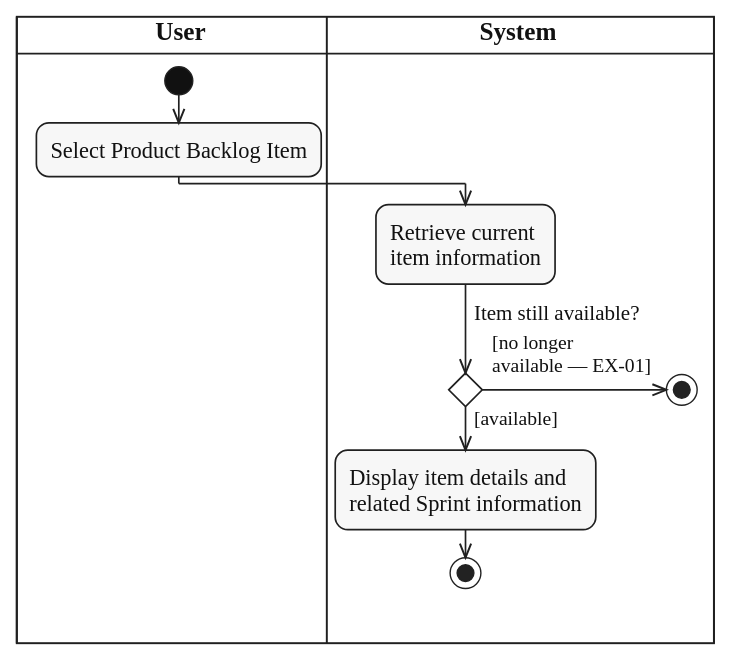
Before: diagrams/activity/product-backlog/svg/UC-BACKLOG-ITEM-VIEW.svg, a diagram exported from PlantUML (lukenab/swd392-doc-automation). Its source is kept beside it as diagrams/activity/product-backlog/source/UC-BACKLOG-ITEM-VIEW.puml.
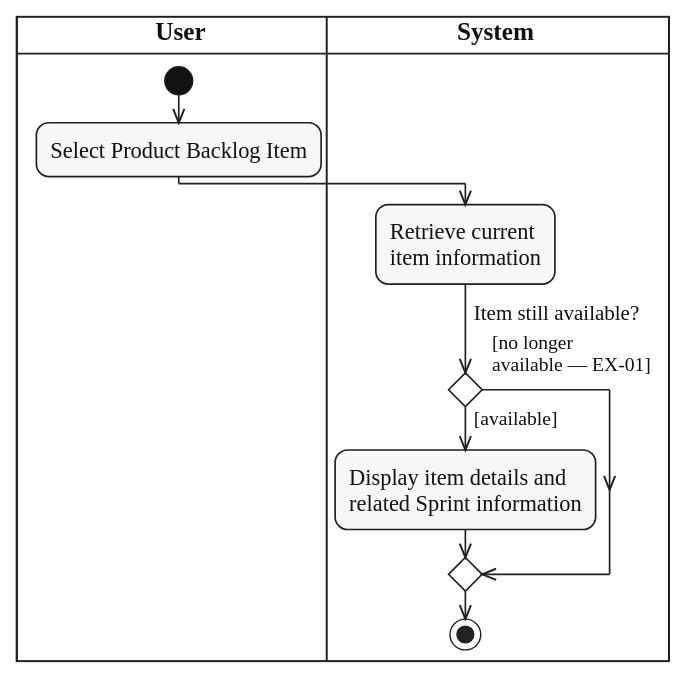
After the change.

What changed in the source:
```diff
@@ -13,9 +13,8 @@
 if ($question("Item still available?")) then ($guard_left("[available]"))
   :Display item details and
   related Sprint information;
-  stop
 else ($guard_right("[no longer", "available — EX-01]"))
-  |SYS|
-  stop
 endif
+|SYS|
+stop
 @enduml
```
